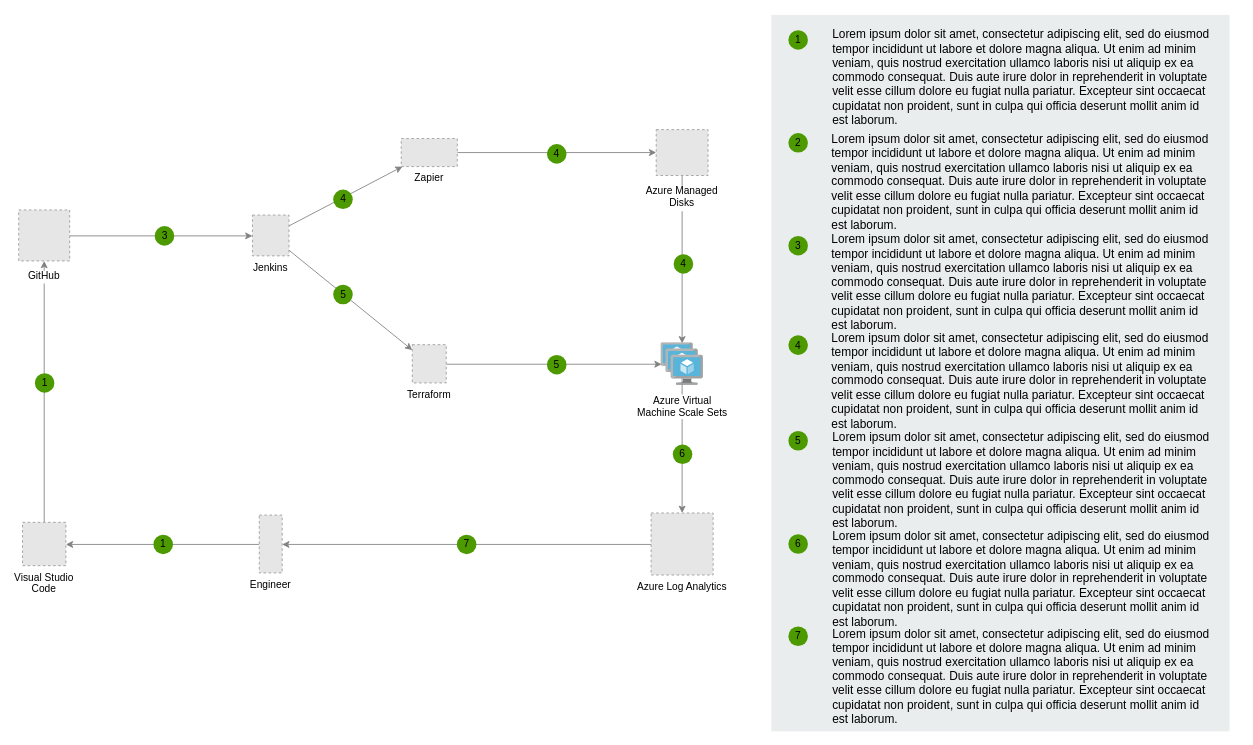
Above: Untitled Diagram.drawio in JoaoDiasDev/Docs (draw.io), before the change. Source tidied: cells renumbered, new cells numbered last; positions are measured from the earlier drawing's top-left corner, leaving out a move shared by most shapes. Both pictures are drawn from the tidied source at 85%, with x=0, y=0 at pixel (18, 14). Pictures stored in the file or linked from it are replaced by grey dashed boxes.
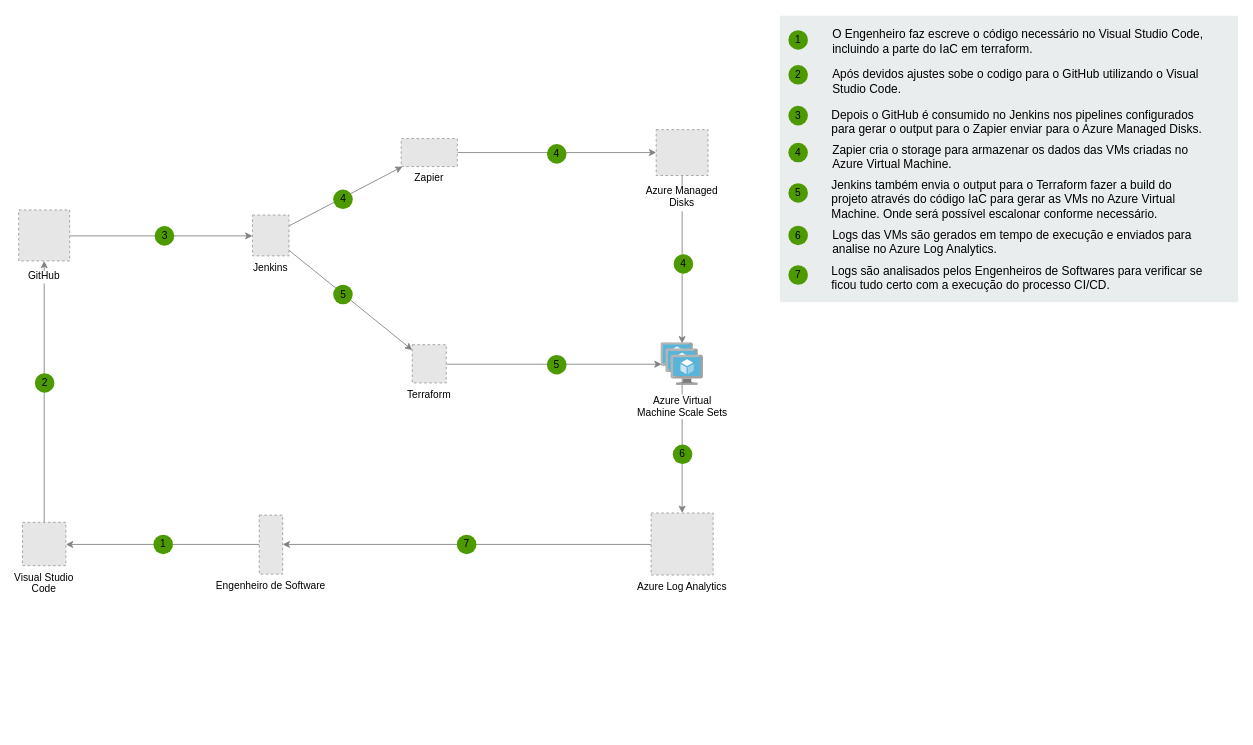
The same page after the edit.

The edit, as a diff of the source:
```diff
@@
-    <mxCell id="19" value="Engineer" style="fillColor=#E6E6E6;strokeColor=#999999;dashed=1;verticalLabelPosition=bottom;labelBackgroundColor=none;verticalAlign=top;" parent="1" vertex="1">
-      <mxGeometry x="283.5" y="588.5" width="27" height="68" as="geometry" />
+    <mxCell id="19" value="Engenheiro de Software" style="fillColor=#E6E6E6;strokeColor=#999999;dashed=1;verticalLabelPosition=bottom;labelBackgroundColor=none;verticalAlign=top;" parent="1" vertex="1">
+      <mxGeometry x="283.5" y="588.5" width="27.6" height="69.5" as="geometry" />
     </mxCell>
@@
-    <mxCell id="23" value="1" style="ellipse;whiteSpace=wrap;html=1;fillColor=#4D9900;strokeColor=none;labelBackgroundColor=none;" parent="1" vertex="1">
+    <mxCell id="23" value="2" style="ellipse;whiteSpace=wrap;html=1;fillColor=#4D9900;strokeColor=none;labelBackgroundColor=none;" parent="1" vertex="1">
       <mxGeometry x="19.5" y="421.5" width="23" height="23" as="geometry" />
     </mxCell>
@@
     <mxCell id="31" style="rounded=0;whiteSpace=wrap;html=1;fillColor=#EAEDED;fontSize=22;fontColor=#FFFFFF;strokeColor=none;labelBackgroundColor=none;" parent="1" vertex="1">
-      <mxGeometry x="886" width="539" height="843" as="geometry" />
+      <mxGeometry x="896" y="1" width="539" height="337" as="geometry" />
     </mxCell>
-    <mxCell id="32" value="&lt;span&gt;Lorem ipsum dolor sit amet, consectetur adipiscing elit, sed do eiusmod tempor incididunt ut labore et dolore magna aliqua. Ut enim ad minim veniam, quis nostrud exercitation ullamco laboris nisi ut aliquip ex ea commodo consequat. Duis aute irure dolor in reprehenderit in voluptate velit esse cillum dolore eu fugiat nulla pariatur. Excepteur sint occaecat cupidatat non proident, sunt in culpa qui officia deserunt mollit anim id est laborum.&lt;/span&gt;&lt;br&gt;" style="text;html=1;align=left;verticalAlign=top;spacingTop=-4;fontSize=14;labelBackgroundColor=none;whiteSpace=wrap;" parent="1" vertex="1">
-      <mxGeometry x="955.5" y="11.5" width="449" height="118" as="geometry" />
+    <mxCell id="32" value="&lt;span&gt;O Engenheiro faz escreve o código&amp;nbsp;necessário&amp;nbsp;no Visual Studio Code, incluindo a parte do IaC em terraform.&lt;/span&gt;" style="text;html=1;align=left;verticalAlign=top;spacingTop=-4;fontSize=14;labelBackgroundColor=none;whiteSpace=wrap;" parent="1" vertex="1">
+      <mxGeometry x="955.5" y="11.5" width="449" height="41" as="geometry" />
     </mxCell>
-    <mxCell id="33" value="&lt;span&gt;Lorem ipsum dolor sit amet, consectetur adipiscing elit, sed do eiusmod tempor incididunt ut labore et dolore magna aliqua. Ut enim ad minim veniam, quis nostrud exercitation ullamco laboris nisi ut aliquip ex ea commodo consequat. Duis aute irure dolor in reprehenderit in voluptate velit esse cillum dolore eu fugiat nulla pariatur. Excepteur sint occaecat cupidatat non proident, sunt in culpa qui officia deserunt mollit anim id est laborum.&lt;/span&gt;&lt;br&gt;" style="text;html=1;align=left;verticalAlign=top;spacingTop=-4;fontSize=14;labelBackgroundColor=none;whiteSpace=wrap;" parent="1" vertex="1">
-      <mxGeometry x="954.5" y="134.5" width="450" height="115" as="geometry" />
+    <mxCell id="33" value="Após devidos ajustes sobe o codigo para o GitHub utilizando o Visual Studio Code." style="text;html=1;align=left;verticalAlign=top;spacingTop=-4;fontSize=14;labelBackgroundColor=none;whiteSpace=wrap;" parent="1" vertex="1">
+      <mxGeometry x="955.5" y="59" width="450" height="36.5" as="geometry" />
     </mxCell>
-    <mxCell id="34" value="&lt;span&gt;Lorem ipsum dolor sit amet, consectetur adipiscing elit, sed do eiusmod tempor incididunt ut labore et dolore magna aliqua. Ut enim ad minim veniam, quis nostrud exercitation ullamco laboris nisi ut aliquip ex ea commodo consequat. Duis aute irure dolor in reprehenderit in voluptate velit esse cillum dolore eu fugiat nulla pariatur. Excepteur sint occaecat cupidatat non proident, sunt in culpa qui officia deserunt mollit anim id est laborum.&lt;/span&gt;&lt;br&gt;" style="text;html=1;align=left;verticalAlign=top;spacingTop=-4;fontSize=14;labelBackgroundColor=none;whiteSpace=wrap;" parent="1" vertex="1">
-      <mxGeometry x="954.5" y="252.5" width="450" height="117" as="geometry" />
+    <mxCell id="34" value="&lt;span&gt;Depois o GitHub é consumido no Jenkins nos pipelines configurados para gerar o output para o Zapier enviar para o Azure Managed Disks.&lt;/span&gt;" style="text;html=1;align=left;verticalAlign=top;spacingTop=-4;fontSize=14;labelBackgroundColor=none;whiteSpace=wrap;" parent="1" vertex="1">
+      <mxGeometry x="954.5" y="107" width="450" height="41" as="geometry" />
     </mxCell>
-    <mxCell id="35" value="&lt;span&gt;Lorem ipsum dolor sit amet, consectetur adipiscing elit, sed do eiusmod tempor incididunt ut labore et dolore magna aliqua. Ut enim ad minim veniam, quis nostrud exercitation ullamco laboris nisi ut aliquip ex ea commodo consequat. Duis aute irure dolor in reprehenderit in voluptate velit esse cillum dolore eu fugiat nulla pariatur. Excepteur sint occaecat cupidatat non proident, sunt in culpa qui officia deserunt mollit anim id est laborum.&lt;/span&gt;&lt;br&gt;" style="text;html=1;align=left;verticalAlign=top;spacingTop=-4;fontSize=14;labelBackgroundColor=none;whiteSpace=wrap;" parent="1" vertex="1">
-      <mxGeometry x="954.5" y="368.5" width="450" height="121" as="geometry" />
+    <mxCell id="35" value="Zapier cria o storage para armazenar os dados das VMs criadas no Azure Virtual Machine." style="text;html=1;align=left;verticalAlign=top;spacingTop=-4;fontSize=14;labelBackgroundColor=none;whiteSpace=wrap;" parent="1" vertex="1">
+      <mxGeometry x="955.5" y="148" width="450" height="34.5" as="geometry" />
     </mxCell>
-    <mxCell id="36" value="&lt;span&gt;Lorem ipsum dolor sit amet, consectetur adipiscing elit, sed do eiusmod tempor incididunt ut labore et dolore magna aliqua. Ut enim ad minim veniam, quis nostrud exercitation ullamco laboris nisi ut aliquip ex ea commodo consequat. Duis aute irure dolor in reprehenderit in voluptate velit esse cillum dolore eu fugiat nulla pariatur. Excepteur sint occaecat cupidatat non proident, sunt in culpa qui officia deserunt mollit anim id est laborum.&lt;/span&gt;&lt;br&gt;" style="text;html=1;align=left;verticalAlign=top;spacingTop=-4;fontSize=14;labelBackgroundColor=none;whiteSpace=wrap;" parent="1" vertex="1">
-      <mxGeometry x="955.5" y="485.5" width="449" height="114" as="geometry" />
+    <mxCell id="36" value="&lt;span&gt;Jenkins também&amp;nbsp;envia o output para o Terraform fazer a build do projeto através&amp;nbsp;do código&amp;nbsp;IaC para gerar as VMs no Azure Virtual Machine. Onde será&amp;nbsp;possível&amp;nbsp;escalonar conforme necessário.&lt;/span&gt;" style="text;html=1;align=left;verticalAlign=top;spacingTop=-4;fontSize=14;labelBackgroundColor=none;whiteSpace=wrap;" parent="1" vertex="1">
+      <mxGeometry x="954.5" y="189" width="449" height="59" as="geometry" />
     </mxCell>
-    <mxCell id="37" value="&lt;span&gt;Lorem ipsum dolor sit amet, consectetur adipiscing elit, sed do eiusmod tempor incididunt ut labore et dolore magna aliqua. Ut enim ad minim veniam, quis nostrud exercitation ullamco laboris nisi ut aliquip ex ea commodo consequat. Duis aute irure dolor in reprehenderit in voluptate velit esse cillum dolore eu fugiat nulla pariatur. Excepteur sint occaecat cupidatat non proident, sunt in culpa qui officia deserunt mollit anim id est laborum.&lt;/span&gt;&lt;br&gt;" style="text;html=1;align=left;verticalAlign=top;spacingTop=-4;fontSize=14;labelBackgroundColor=none;whiteSpace=wrap;" parent="1" vertex="1">
-      <mxGeometry x="955.5" y="601.5" width="450" height="118" as="geometry" />
+    <mxCell id="37" value="&lt;span&gt;Logs das VMs são gerados em tempo de execução e enviados para analise no Azure Log Analytics.&lt;/span&gt;" style="text;html=1;align=left;verticalAlign=top;spacingTop=-4;fontSize=14;labelBackgroundColor=none;whiteSpace=wrap;" parent="1" vertex="1">
+      <mxGeometry x="955.5" y="248" width="450" height="40" as="geometry" />
     </mxCell>
-    <mxCell id="38" value="&lt;span&gt;Lorem ipsum dolor sit amet, consectetur adipiscing elit, sed do eiusmod tempor incididunt ut labore et dolore magna aliqua. Ut enim ad minim veniam, quis nostrud exercitation ullamco laboris nisi ut aliquip ex ea commodo consequat. Duis aute irure dolor in reprehenderit in voluptate velit esse cillum dolore eu fugiat nulla pariatur. Excepteur sint occaecat cupidatat non proident, sunt in culpa qui officia deserunt mollit anim id est laborum.&lt;/span&gt;&lt;br&gt;" style="text;html=1;align=left;verticalAlign=top;spacingTop=-4;fontSize=14;labelBackgroundColor=none;whiteSpace=wrap;" parent="1" vertex="1">
-      <mxGeometry x="955.5" y="716.5" width="449" height="113" as="geometry" />
+    <mxCell id="38" value="Logs são analisados pelos Engenheiros de Softwares para verificar se ficou tudo certo com a execução do processo CI/CD." style="text;html=1;align=left;verticalAlign=top;spacingTop=-4;fontSize=14;labelBackgroundColor=none;whiteSpace=wrap;" parent="1" vertex="1">
+      <mxGeometry x="954.5" y="289.5" width="449" height="38.5" as="geometry" />
     </mxCell>
@@
     <mxCell id="40" value="2" style="ellipse;whiteSpace=wrap;html=1;fillColor=#4D9900;strokeColor=none;labelBackgroundColor=none;" parent="1" vertex="1">
-      <mxGeometry x="906" y="139" width="23" height="23" as="geometry" />
+      <mxGeometry x="906" y="59" width="23" height="23" as="geometry" />
     </mxCell>
     <mxCell id="41" value="3" style="ellipse;whiteSpace=wrap;html=1;fillColor=#4D9900;strokeColor=none;labelBackgroundColor=none;" parent="1" vertex="1">
-      <mxGeometry x="906" y="260" width="23" height="23" as="geometry" />
+      <mxGeometry x="906" y="107" width="23" height="23" as="geometry" />
     </mxCell>
     <mxCell id="42" value="4" style="ellipse;whiteSpace=wrap;html=1;fillColor=#4D9900;strokeColor=none;labelBackgroundColor=none;" parent="1" vertex="1">
-      <mxGeometry x="906" y="377" width="23" height="23" as="geometry" />
+      <mxGeometry x="906" y="150.5" width="23" height="23" as="geometry" />
     </mxCell>
     <mxCell id="43" value="5" style="ellipse;whiteSpace=wrap;html=1;fillColor=#4D9900;strokeColor=none;labelBackgroundColor=none;" parent="1" vertex="1">
-      <mxGeometry x="906" y="489.5" width="23" height="23" as="geometry" />
+      <mxGeometry x="906" y="198" width="23" height="23" as="geometry" />
     </mxCell>
     <mxCell id="44" value="6" style="ellipse;whiteSpace=wrap;html=1;fillColor=#4D9900;strokeColor=none;labelBackgroundColor=none;" parent="1" vertex="1">
-      <mxGeometry x="906" y="611" width="23" height="23" as="geometry" />
+      <mxGeometry x="906" y="248" width="23" height="23" as="geometry" />
     </mxCell>
     <mxCell id="45" value="7" style="ellipse;whiteSpace=wrap;html=1;fillColor=#4D9900;strokeColor=none;labelBackgroundColor=none;" parent="1" vertex="1">
-      <mxGeometry x="906" y="719.5" width="23" height="23" as="geometry" />
+      <mxGeometry x="906" y="294.5" width="23" height="23" as="geometry" />
     </mxCell>
```
